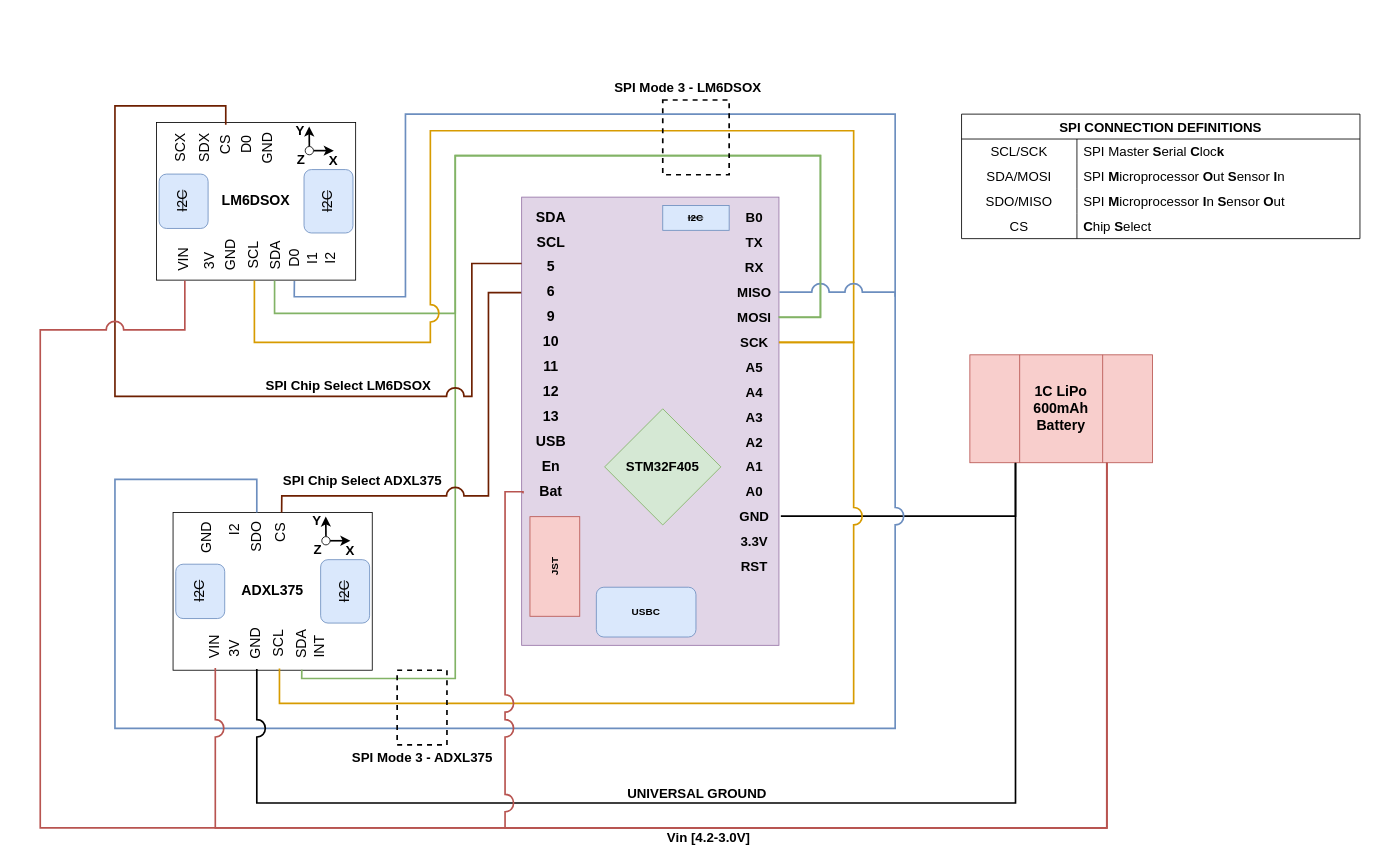
The draw.io diagram wiringdiagram.drawio in ceugomez/wiigls, before the edit. Source tidied: cells renumbered, new cells numbered last; positions are measured from the earlier drawing's top-left corner, leaving out a move shared by most shapes. Both pictures are drawn from the tidied source at 83%, with x=0, y=0 at pixel (40, 75).
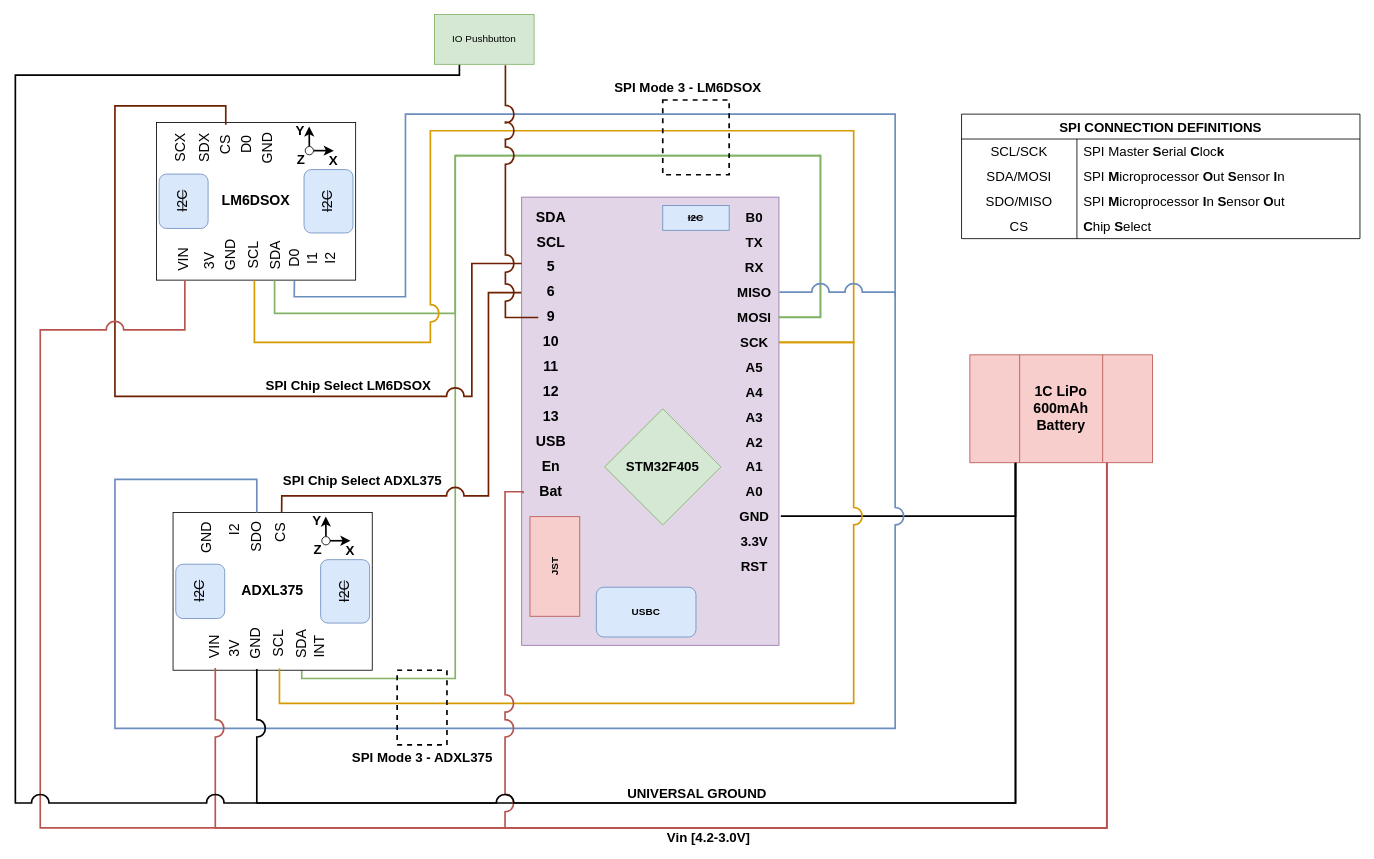
The same page after the edit.

Unchanged cells that the change refers to:
```xml
<mxCell id="3" value="&lt;b&gt;1C LiPo 600mAh&lt;br&gt;Battery&lt;br&gt;&lt;/b&gt;" style="shape=process;whiteSpace=wrap;html=1;backgroundOutline=1;strokeColor=#b85450;fontSize=17;fillColor=#f8cecc;size=0.2727272727272727;" parent="1" vertex="1">
  <mxGeometry x="1120" y="337" width="220" height="130" as="geometry" />
</mxCell>
<mxCell id="10" value="SDA" style="text;html=1;align=center;verticalAlign=middle;points=[];strokeColor=none;fillColor=none;fontSize=17;rotation=-90;" parent="4" vertex="1">
  <mxGeometry x="125.5" y="144.4" width="60" height="30" as="geometry" />
</mxCell>
<mxCell id="65" value="9" style="text;html=1;align=center;verticalAlign=middle;points=[];strokeColor=none;fillColor=none;fontStyle=1;fontSize=17;" parent="60" vertex="1">
  <mxGeometry x="20" y="130" width="30" height="30" as="geometry" />
</mxCell>
<mxCell id="88" value="MOSI" style="text;html=1;align=center;verticalAlign=middle;points=[];strokeColor=none;fillColor=none;fontStyle=1;fontSize=16;" parent="60" vertex="1">
  <mxGeometry x="250" y="130" width="60" height="30" as="geometry" />
</mxCell>
```

Change to the diagram source:
```diff
@@
+    <mxCell id="97" style="edgeStyle=orthogonalEdgeStyle;rounded=0;jumpStyle=none;jumpSize=19;jettySize=auto;html=1;strokeWidth=2;fontSize=16;endArrow=none;endFill=0;fillColor=#d5e8d4;strokeColor=#82b366;" parent="1" edge="1" source="88" target="10">
+      <mxGeometry relative="1" as="geometry">
+        <Array as="points">
+          <mxPoint x="940" y="292" />
+          <mxPoint x="940" y="97" />
+          <mxPoint x="500" y="97" />
+          <mxPoint x="500" y="727" />
+          <mxPoint x="315" y="727" />
+        </Array>
+      </mxGeometry>
+    </mxCell>
@@
-    <mxCell id="97" style="edgeStyle=orthogonalEdgeStyle;rounded=0;jumpStyle=none;jumpSize=19;jettySize=auto;html=1;strokeWidth=2;fontSize=16;endArrow=none;endFill=0;fillColor=#d5e8d4;strokeColor=#82b366;" parent="1" edge="1" source="88" target="10">
-      <mxGeometry relative="1" as="geometry">
-        <Array as="points">
-          <mxPoint x="940" y="292" />
-          <mxPoint x="940" y="97" />
-          <mxPoint x="500" y="97" />
-          <mxPoint x="500" y="727" />
-          <mxPoint x="315" y="727" />
-        </Array>
-      </mxGeometry>
-    </mxCell>
@@
+    <mxCell id="113" style="edgeStyle=orthogonalEdgeStyle;rounded=0;jettySize=auto;html=1;jumpStyle=arc;jumpSize=19;strokeWidth=2;fillColor=#a0522d;strokeColor=#6D1F00;endArrow=none;endFill=0;entryX=0.712;entryY=1.019;entryDx=0;entryDy=0;entryPerimeter=0;" parent="1" edge="1" source="65" target="115">
+      <mxGeometry relative="1" as="geometry" />
+    </mxCell>
+    <mxCell id="114" style="edgeStyle=orthogonalEdgeStyle;rounded=0;jumpStyle=arc;jumpSize=19;jettySize=auto;html=1;exitX=0.25;exitY=1;exitDx=0;exitDy=0;entryX=0.25;entryY=1;entryDx=0;entryDy=0;strokeWidth=2;endArrow=none;endFill=0;" parent="1" edge="1" source="115" target="3">
+      <mxGeometry relative="1" as="geometry">
+        <Array as="points">
+          <mxPoint x="-30" />
+          <mxPoint x="-30" y="877" />
+          <mxPoint x="1175" y="877" />
+        </Array>
+      </mxGeometry>
+    </mxCell>
+    <mxCell id="115" value="IO Pushbutton" style="rounded=0;whiteSpace=wrap;html=1;fillColor=#d5e8d4;strokeColor=#82b366;" parent="1" vertex="1">
+      <mxGeometry x="475" y="-73" width="120" height="60" as="geometry" />
+    </mxCell>
```
